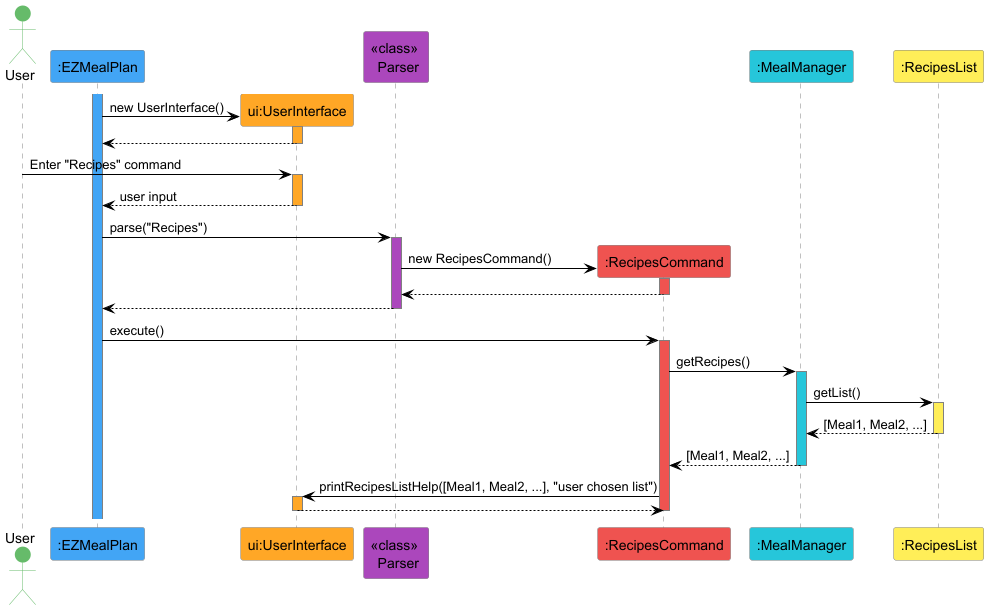
Before: docs/diagrams/RecipesCommand.png, a diagram exported from PlantUML (wentuoc/tp).
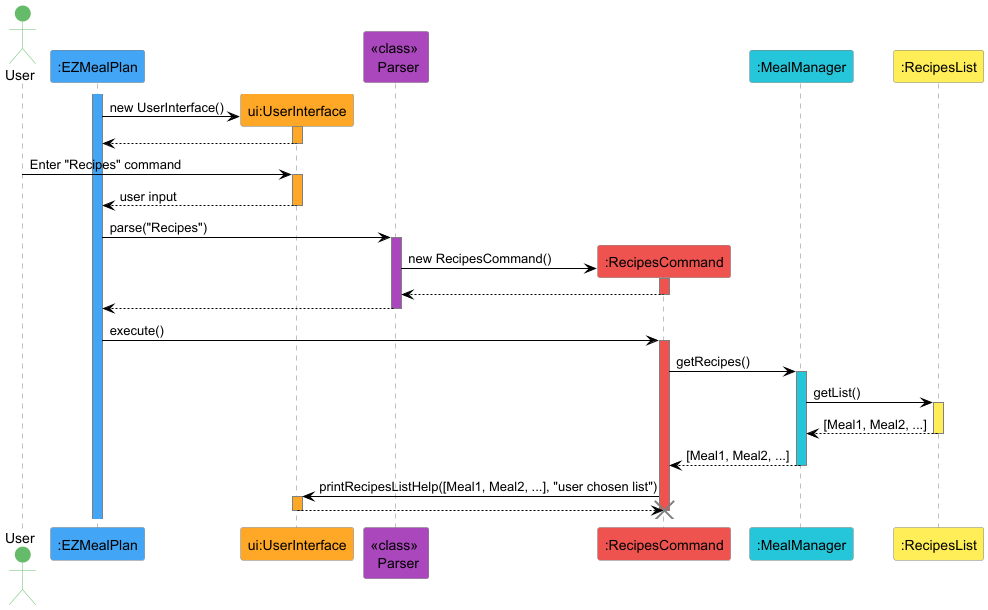
After the commit.

Change to the diagram source:
```diff
@@ -63,5 +63,6 @@
 deactivate UI
 
 deactivate MC
+destroy MC
 
 @enduml
```
